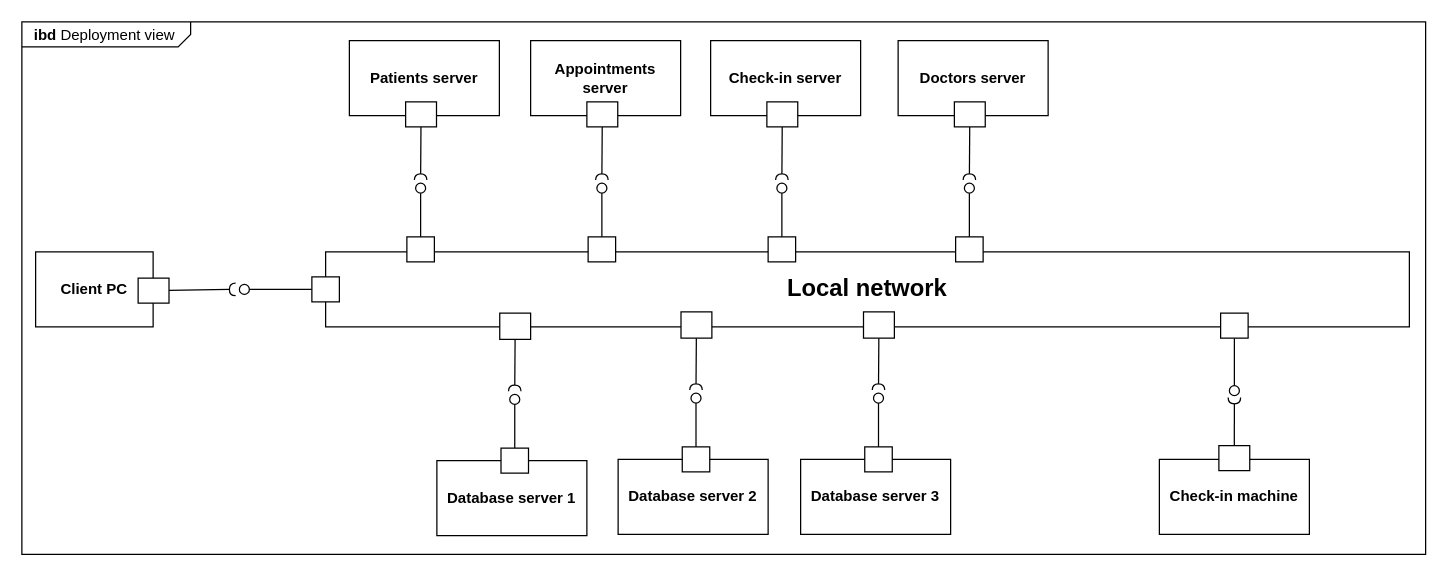
The draw.io diagram Diagrams/Deployment/IBD Deployment.drawio in RafaelCMira/myclinic-msp-project, before the edit. Source tidied: cells renumbered, new cells numbered last; positions are measured from the earlier drawing's top-left corner, leaving out a move shared by most shapes. Both pictures are drawn from the tidied source at 125%, with x=0, y=0 at pixel (21, 21).
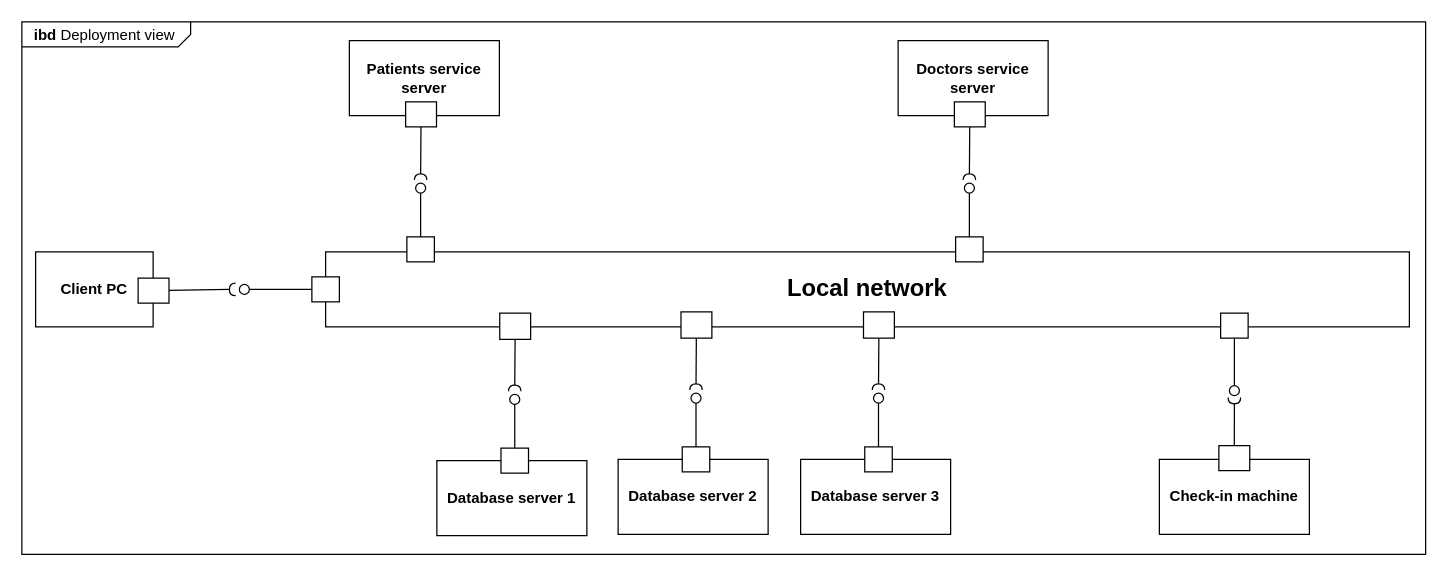
The same page after the edit.

Unchanged cells that the change refers to:
```xml
<mxCell id="9" style="group;" parent="1" vertex="1">
  <mxGeometry x="262" y="15" width="120" height="69" as="geometry" />
</mxCell>
<mxCell id="33" style="group;" parent="1" vertex="1">
  <mxGeometry x="701" y="15" width="120" height="69" as="geometry" />
</mxCell>
```

What changed in the source:
```diff
@@
-    <mxCell id="10" value="&lt;b&gt;Patients server&lt;/b&gt;" style="rounded=0;whiteSpace=wrap;html=1;" parent="9" vertex="1">
+    <mxCell id="10" value="&lt;b&gt;Patients service server&lt;/b&gt;" style="rounded=0;whiteSpace=wrap;html=1;" parent="9" vertex="1">
       <mxGeometry width="120" height="60" as="geometry" />
     </mxCell>
@@
-    <mxCell id="12" style="endArrow=none;html=1;rounded=0;align=center;verticalAlign=top;endFill=0;labelBackgroundColor=none;endSize=2;" parent="1" edge="1" source="19" target="13">
-      <mxGeometry relative="1" as="geometry" />
-    </mxCell>
-    <mxCell id="13" style="shape=requiredInterface;html=1;fontSize=11;align=center;fillColor=none;points=[];verticalAlign=bottom;labelPosition=center;verticalLabelPosition=top;flipH=1;rotation=90;" parent="1" vertex="1">
-      <mxGeometry x="461.5" y="119" width="5" height="10" as="geometry" />
-    </mxCell>
-    <mxCell id="14" style="endArrow=none;html=1;rounded=0;align=center;verticalAlign=top;endFill=0;labelBackgroundColor=none;endSize=2;" parent="1" edge="1" source="16" target="15">
-      <mxGeometry relative="1" as="geometry" />
-    </mxCell>
-    <mxCell id="15" style="ellipse;html=1;fontSize=11;align=center;fillColor=none;points=[];verticalAlign=bottom;labelPosition=center;verticalLabelPosition=top;flipH=1;" parent="1" vertex="1">
-      <mxGeometry x="460" y="129" width="8" height="8" as="geometry" />
-    </mxCell>
-    <mxCell id="16" style="html=1;rounded=0;fillColor=default;" parent="1" vertex="1">
-      <mxGeometry x="453" y="172" width="22" height="20" as="geometry" />
-    </mxCell>
-    <mxCell id="17" style="group;" parent="1" vertex="1">
-      <mxGeometry x="407" y="15" width="120" height="69" as="geometry" />
-    </mxCell>
-    <mxCell id="18" value="&lt;b&gt;Appointments server&lt;/b&gt;" style="rounded=0;whiteSpace=wrap;html=1;" parent="17" vertex="1">
-      <mxGeometry width="120" height="60" as="geometry" />
-    </mxCell>
-    <mxCell id="19" style="html=1;rounded=0;" parent="17" vertex="1">
-      <mxGeometry x="45" y="49" width="24.7" height="20" as="geometry" />
-    </mxCell>
-    <mxCell id="20" style="endArrow=none;html=1;rounded=0;align=center;verticalAlign=top;endFill=0;labelBackgroundColor=none;endSize=2;" parent="1" edge="1" source="27" target="21">
-      <mxGeometry relative="1" as="geometry" />
-    </mxCell>
-    <mxCell id="21" style="shape=requiredInterface;html=1;fontSize=11;align=center;fillColor=none;points=[];verticalAlign=bottom;labelPosition=center;verticalLabelPosition=top;flipH=1;rotation=90;" parent="1" vertex="1">
-      <mxGeometry x="605.5" y="119" width="5" height="10" as="geometry" />
-    </mxCell>
-    <mxCell id="22" style="endArrow=none;html=1;rounded=0;align=center;verticalAlign=top;endFill=0;labelBackgroundColor=none;endSize=2;" parent="1" edge="1" source="24" target="23">
-      <mxGeometry relative="1" as="geometry" />
-    </mxCell>
-    <mxCell id="23" style="ellipse;html=1;fontSize=11;align=center;fillColor=none;points=[];verticalAlign=bottom;labelPosition=center;verticalLabelPosition=top;flipH=1;" parent="1" vertex="1">
-      <mxGeometry x="604" y="129" width="8" height="8" as="geometry" />
-    </mxCell>
-    <mxCell id="24" style="html=1;rounded=0;fillColor=default;" parent="1" vertex="1">
-      <mxGeometry x="597" y="172" width="22" height="20" as="geometry" />
-    </mxCell>
-    <mxCell id="25" style="group;" parent="1" vertex="1">
-      <mxGeometry x="551" y="15" width="120" height="69" as="geometry" />
-    </mxCell>
-    <mxCell id="26" value="&lt;b&gt;Check-in server&lt;/b&gt;" style="rounded=0;whiteSpace=wrap;html=1;" parent="25" vertex="1">
-      <mxGeometry width="120" height="60" as="geometry" />
-    </mxCell>
-    <mxCell id="27" style="html=1;rounded=0;" parent="25" vertex="1">
-      <mxGeometry x="45" y="49" width="24.7" height="20" as="geometry" />
-    </mxCell>
@@
-    <mxCell id="34" value="&lt;b&gt;Doctors server&lt;/b&gt;" style="rounded=0;whiteSpace=wrap;html=1;" parent="33" vertex="1">
+    <mxCell id="34" value="&lt;b&gt;Doctors service server&lt;/b&gt;" style="rounded=0;whiteSpace=wrap;html=1;" parent="33" vertex="1">
       <mxGeometry width="120" height="60" as="geometry" />
     </mxCell>
```
